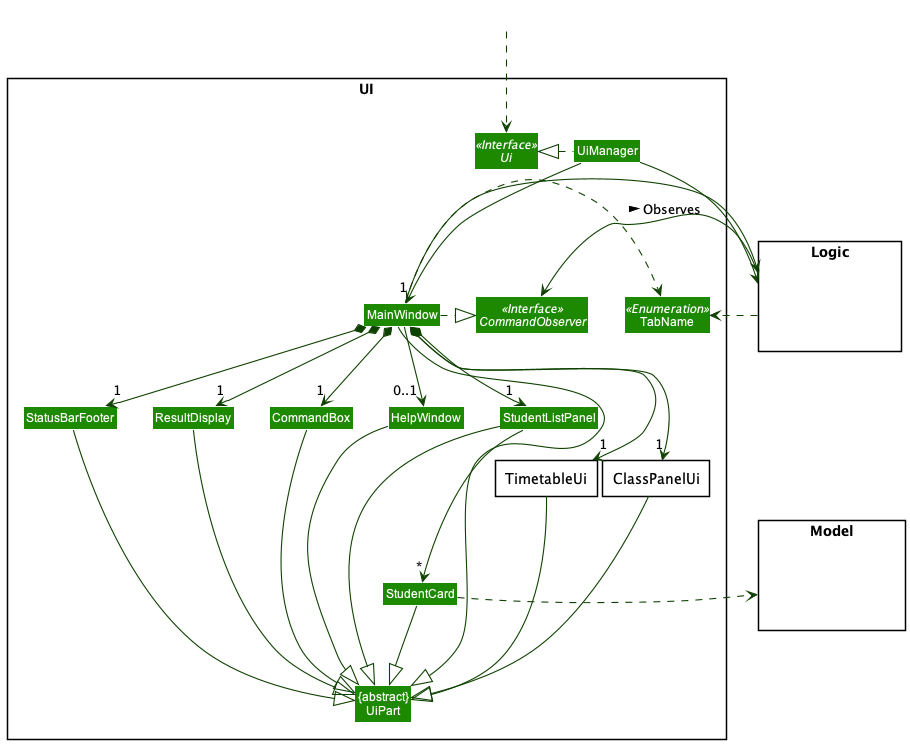
Above: docs/images/UiClassDiagram.png in softmagnet/tp (PlantUML), before the change. Source of this version:
```plantuml
@startuml
!include style.puml
skinparam arrowThickness 1.1
skinparam arrowColor UI_COLOR_T4
skinparam classBackgroundColor UI_COLOR

package UI <<Rectangle>>{
Interface Ui <<Interface>>
Interface CommandObserver <<Interface>>
Class "{abstract}\nUiPart" as UiPart
Class UiManager
Class MainWindow
Class HelpWindow
Class ResultDisplay
Class StudentListPanel
Class StudentCard
Class StatusBarFooter
Class CommandBox
Enum TabName <<Enumeration>>

package TimetableUi <<Rectangle>> {
}

package ClassPanelUi <<Rectangle>> {
}
}
package Model <<Rectangle>> {
Class HiddenModel #FFFFFF
}

package Logic <<Rectangle>> {
Class HiddenLogic #FFFFFF
}

Class HiddenOutside #FFFFFF
HiddenOutside ..> Ui

UiManager .left.|> Ui
UiManager -down-> "1" MainWindow
MainWindow .right.|> CommandObserver
MainWindow *-down->  "1" CommandBox
MainWindow *-down-> "1" ResultDisplay
MainWindow *-down-> "1" StudentListPanel
MainWindow *-down-> "1" TimetableUi
MainWindow *-down-> "1" ClassPanelUi
MainWindow *-down-> "1" StatusBarFooter
MainWindow --> "0..1" HelpWindow
MainWindow -down-|> UiPart

StudentListPanel -down-> "*" StudentCard

ResultDisplay --|> UiPart
CommandBox --|> UiPart
StudentListPanel --|> UiPart
StudentCard --|> UiPart
ClassPanelUi --|> UiPart
TimetableUi --|> UiPart
StatusBarFooter --|> UiPart
HelpWindow --|> UiPart

StudentCard .right.> Model
UiManager -right-> Logic
MainWindow -left-> Logic

Logic -right-> CommandObserver : Observes <

StudentListPanel -[hidden]left- HelpWindow
HelpWindow -[hidden]left- CommandBox
CommandBox -[hidden]left- ResultDisplay
ResultDisplay -[hidden]left- StatusBarFooter

MainWindow -[hidden]-|> UiPart

MainWindow .right.> TabName
Logic .right.> TabName
@enduml
```
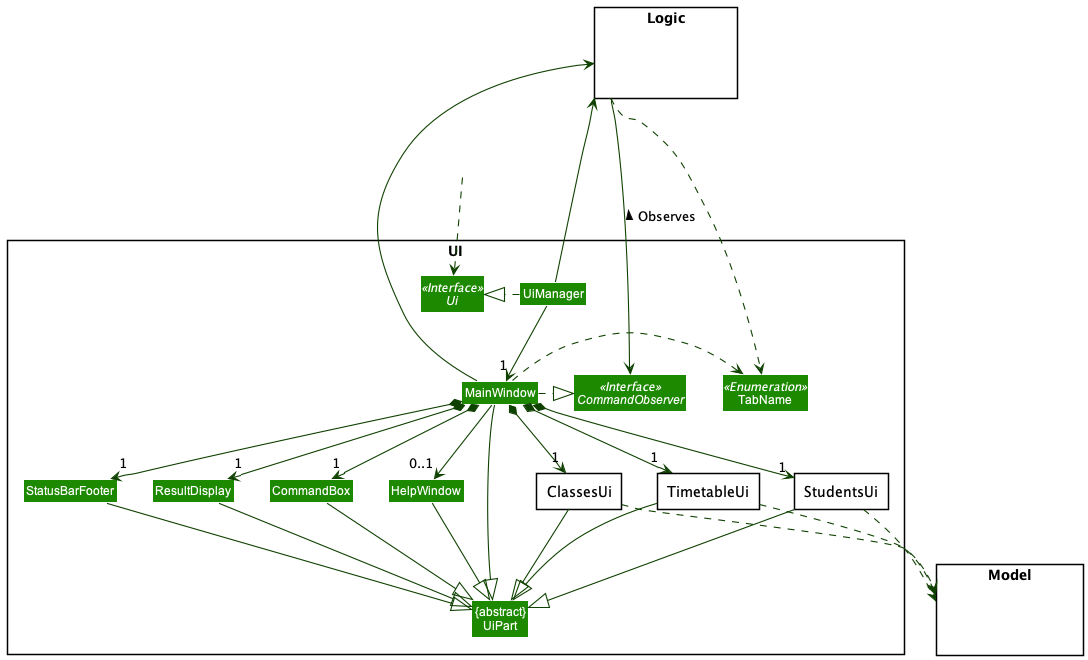
Later version of the same file.

What changed in the source:
```diff
@@ -12,8 +12,6 @@
 Class MainWindow
 Class HelpWindow
 Class ResultDisplay
-Class StudentListPanel
-Class StudentCard
 Class StatusBarFooter
 Class CommandBox
 Enum TabName <<Enumeration>>
@@ -21,8 +19,12 @@
 package TimetableUi <<Rectangle>> {
 }
 
-package ClassPanelUi <<Rectangle>> {
+package ClassesUi <<Rectangle>> {
 }
+
+package StudentsUi <<Rectangle>> {
+}
+
 }
 package Model <<Rectangle>> {
 Class HiddenModel #FFFFFF
@@ -35,36 +37,37 @@
 Class HiddenOutside #FFFFFF
 HiddenOutside ..> Ui
 
-UiManager .left.|> Ui
+UiManager .right.|> Ui
 UiManager -down-> "1" MainWindow
 MainWindow .right.|> CommandObserver
 MainWindow *-down->  "1" CommandBox
 MainWindow *-down-> "1" ResultDisplay
-MainWindow *-down-> "1" StudentListPanel
+MainWindow -down-> "0..1" HelpWindow
+
 MainWindow *-down-> "1" TimetableUi
-MainWindow *-down-> "1" ClassPanelUi
+MainWindow *-down-> "1" ClassesUi
+MainWindow *-down-> "1" StudentsUi
 MainWindow *-down-> "1" StatusBarFooter
-MainWindow --> "0..1" HelpWindow
+
 MainWindow -down-|> UiPart
-
-StudentListPanel -down-> "*" StudentCard
-
 ResultDisplay --|> UiPart
 CommandBox --|> UiPart
-StudentListPanel --|> UiPart
-StudentCard --|> UiPart
-ClassPanelUi --|> UiPart
+ClassesUi --|> UiPart
 TimetableUi --|> UiPart
+StudentsUi --|> UiPart
 StatusBarFooter --|> UiPart
 HelpWindow --|> UiPart
 
-StudentCard .right.> Model
-UiManager -right-> Logic
-MainWindow -left-> Logic
+UiManager -up-> Logic
+MainWindow -up-> Logic
 
-Logic -right-> CommandObserver : Observes <
+Logic ---down-> CommandObserver : < Observes
+Logic .down.> TabName
 
-StudentListPanel -[hidden]left- HelpWindow
+TimetableUi .up.> Model
+ClassesUi .up.> Model
+StudentsUi .up.> Model
+
 HelpWindow -[hidden]left- CommandBox
 CommandBox -[hidden]left- ResultDisplay
 ResultDisplay -[hidden]left- StatusBarFooter
@@ -72,5 +75,4 @@
 MainWindow -[hidden]-|> UiPart
 
 MainWindow .right.> TabName
-Logic .right.> TabName
 @enduml
```
